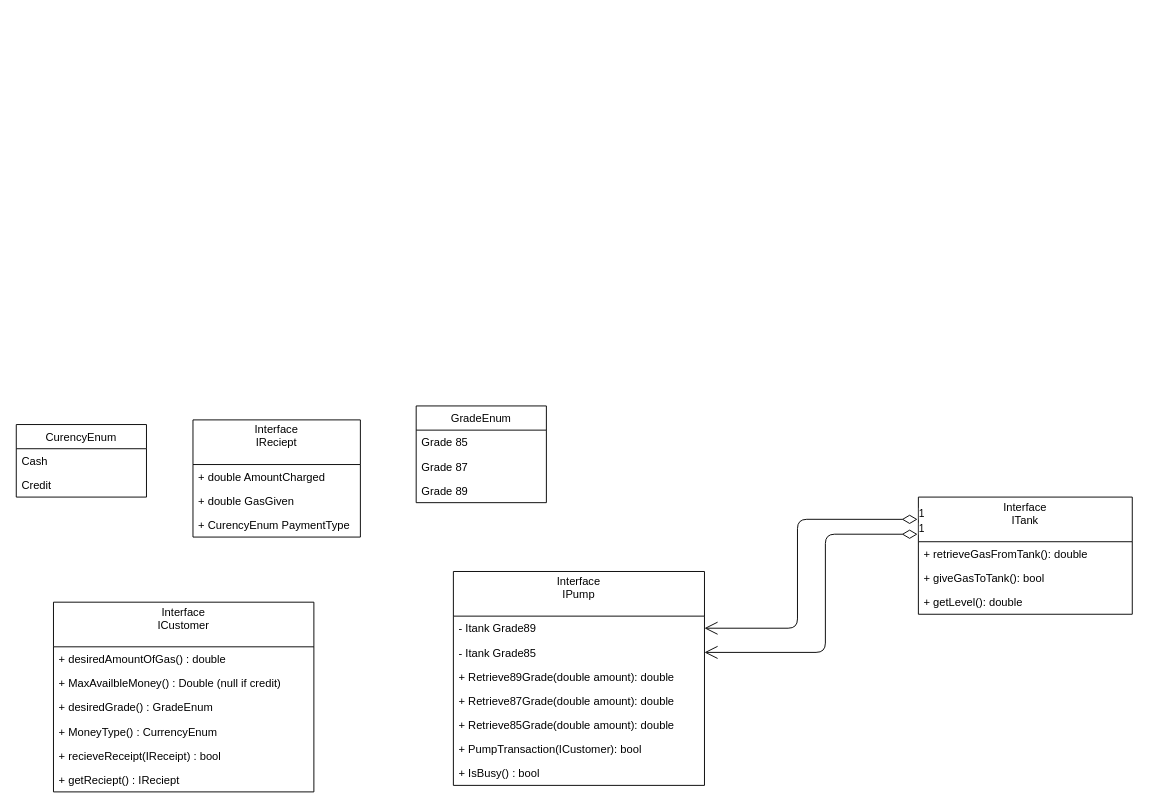
The draw.io diagram GasStation.drawio in alexmickelson/GasStationPattern, before the edit. Source tidied: cells renumbered, new cells numbered last; positions are measured from the earlier drawing's top-left corner, leaving out a move shared by most shapes. Both pictures are drawn from the tidied source at 93%, with x=0, y=0 at pixel (16, 405).
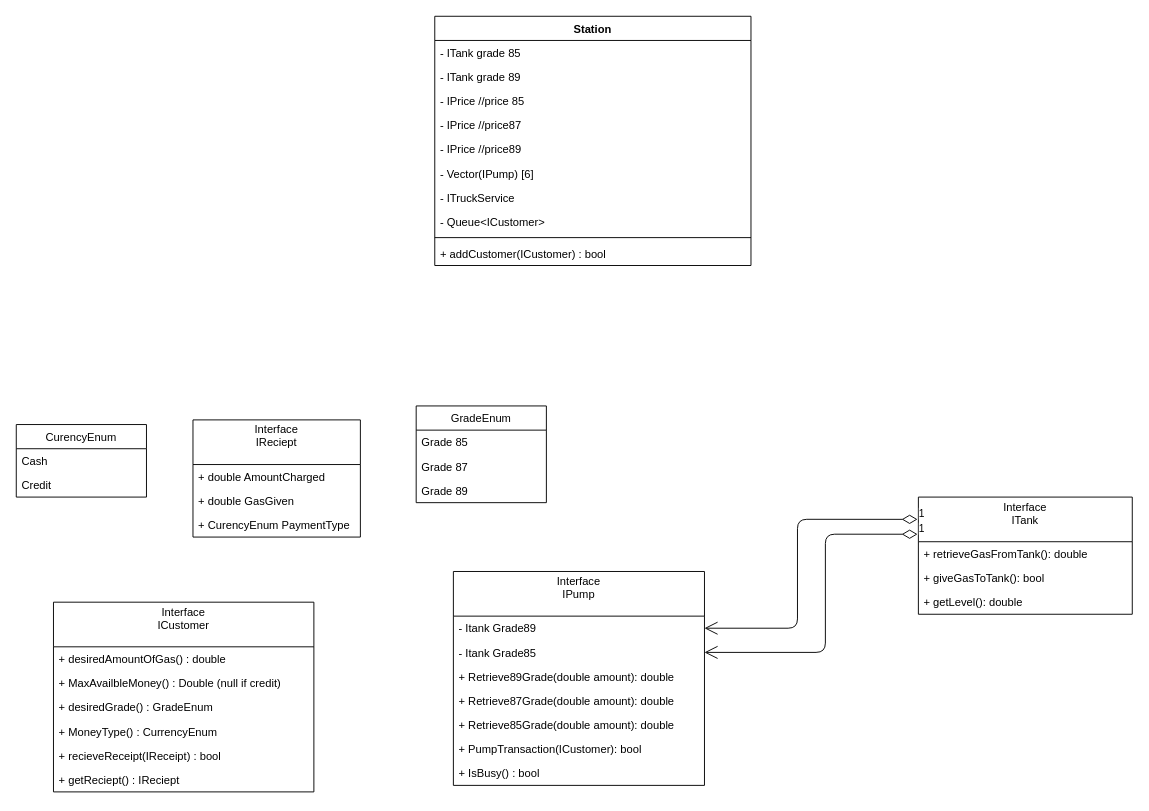
The same diagram, later.

Change to the diagram source:
```diff
@@
+    <mxCell id="34" value="Station" style="swimlane;fontStyle=1;align=center;verticalAlign=top;horizontal=1;startSize=26;" parent="1" vertex="1">
+      <mxGeometry x="450" y="-419" width="340" height="268" as="geometry" />
+    </mxCell>
+    <mxCell id="35" value="- ITank grade 85" style="text;strokeColor=none;fillColor=none;align=left;verticalAlign=top;spacingLeft=4;spacingRight=4;overflow=hidden;" parent="34" vertex="1">
+      <mxGeometry y="26" width="340" height="26" as="geometry" />
+    </mxCell>
+    <mxCell id="36" value="- ITank grade 89" style="text;strokeColor=none;fillColor=none;align=left;verticalAlign=top;spacingLeft=4;spacingRight=4;overflow=hidden;" parent="34" vertex="1">
+      <mxGeometry y="52" width="340" height="26" as="geometry" />
+    </mxCell>
+    <mxCell id="37" value="- IPrice //price 85" style="text;strokeColor=none;fillColor=none;align=left;verticalAlign=top;spacingLeft=4;spacingRight=4;overflow=hidden;" parent="34" vertex="1">
+      <mxGeometry y="78" width="340" height="26" as="geometry" />
+    </mxCell>
+    <mxCell id="38" value="- IPrice //price87" style="text;strokeColor=none;fillColor=none;align=left;verticalAlign=top;spacingLeft=4;spacingRight=4;overflow=hidden;" parent="34" vertex="1">
+      <mxGeometry y="104" width="340" height="26" as="geometry" />
+    </mxCell>
+    <mxCell id="39" value="- IPrice //price89" style="text;strokeColor=none;fillColor=none;align=left;verticalAlign=top;spacingLeft=4;spacingRight=4;overflow=hidden;" parent="34" vertex="1">
+      <mxGeometry y="130" width="340" height="26" as="geometry" />
+    </mxCell>
+    <mxCell id="40" value="- Vector(IPump) [6]" style="text;strokeColor=none;fillColor=none;align=left;verticalAlign=top;spacingLeft=4;spacingRight=4;overflow=hidden;" parent="34" vertex="1">
+      <mxGeometry y="156" width="340" height="26" as="geometry" />
+    </mxCell>
+    <mxCell id="41" value="- ITruckService" style="text;strokeColor=none;fillColor=none;align=left;verticalAlign=top;spacingLeft=4;spacingRight=4;overflow=hidden;" parent="34" vertex="1">
+      <mxGeometry y="182" width="340" height="26" as="geometry" />
+    </mxCell>
+    <mxCell id="42" value="- Queue&lt;ICustomer&gt;" style="text;strokeColor=none;fillColor=none;align=left;verticalAlign=top;spacingLeft=4;spacingRight=4;overflow=hidden;" parent="34" vertex="1">
+      <mxGeometry y="208" width="340" height="26" as="geometry" />
+    </mxCell>
+    <mxCell id="43" style="line;strokeWidth=1;fillColor=none;align=left;verticalAlign=middle;spacingTop=-1;spacingLeft=3;spacingRight=3;labelPosition=right;" parent="34" vertex="1">
+      <mxGeometry y="234" width="340" height="8" as="geometry" />
+    </mxCell>
+    <mxCell id="44" value="+ addCustomer(ICustomer) : bool" style="text;strokeColor=none;fillColor=none;align=left;verticalAlign=top;spacingLeft=4;spacingRight=4;overflow=hidden;" parent="34" vertex="1">
+      <mxGeometry y="242" width="340" height="26" as="geometry" />
+    </mxCell>
```
